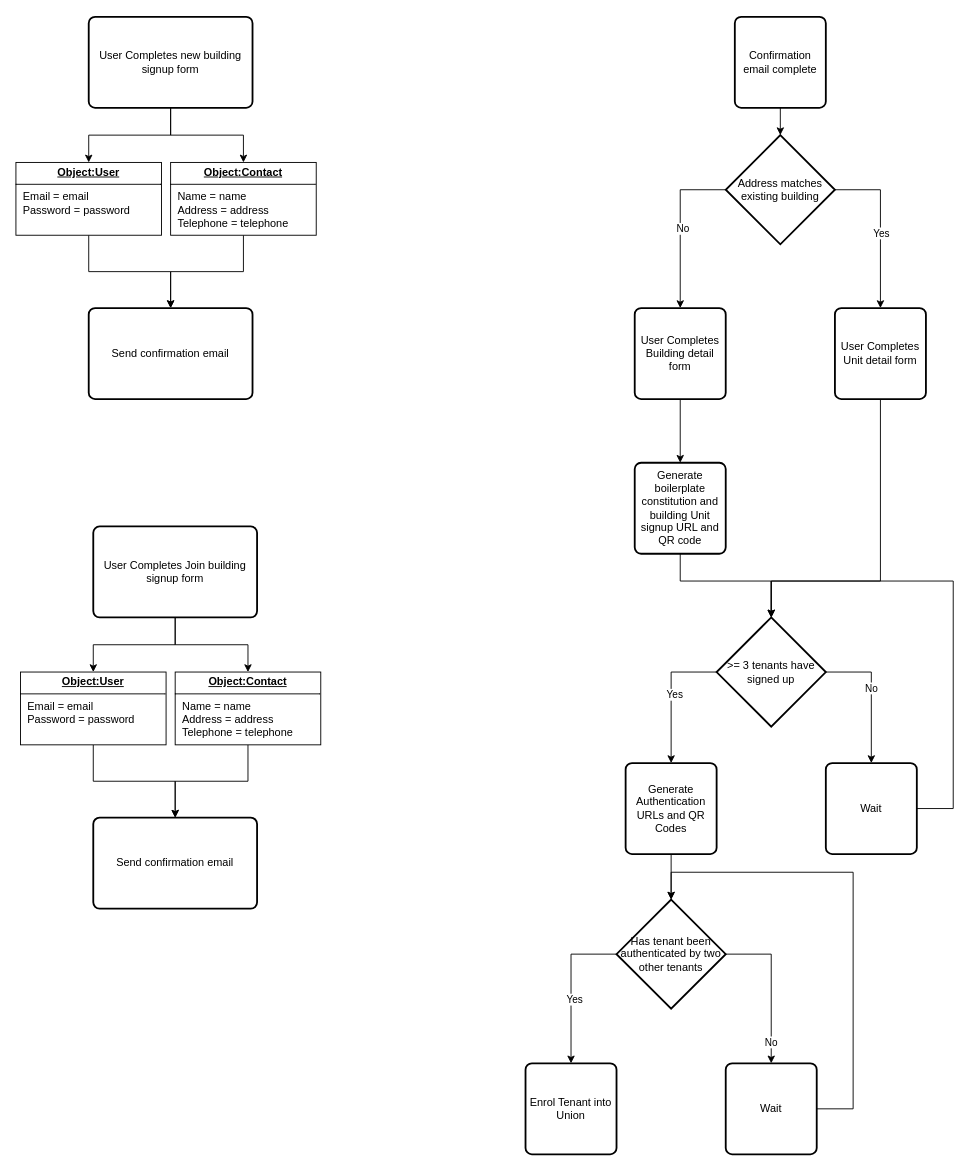
IslayAnderson/untitled-unionisation-platform keeps this draw.io diagram as docs/architecture/signup process.drawio. Above is the earlier version. Source tidied: cells renumbered, new cells numbered last; positions are measured from the earlier drawing's top-left corner, leaving out a move shared by most shapes. Both pictures are drawn from the tidied source at 91%, with x=0, y=0 at pixel (15, 16).
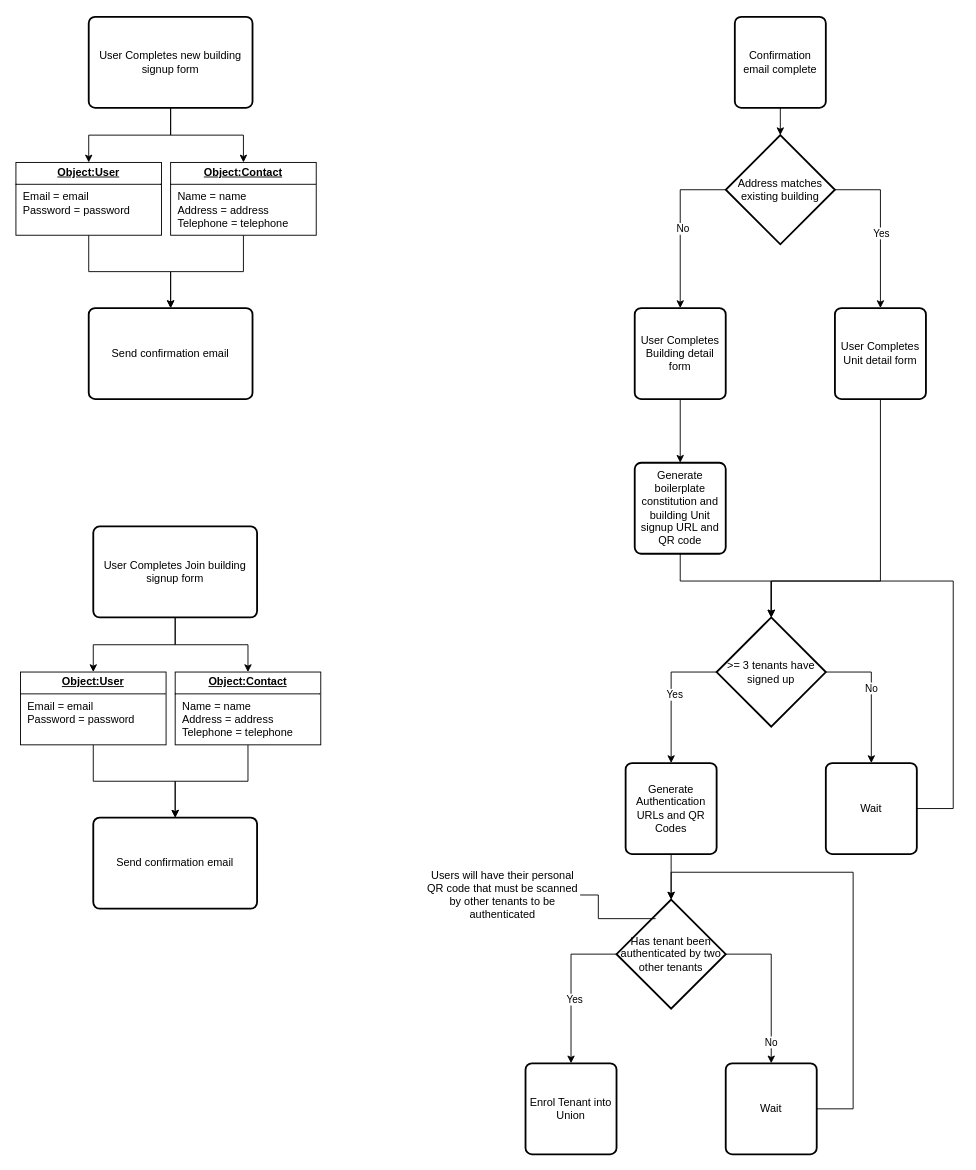
The same diagram, later.

Commit message:
add text explaining authentication

The change refers to these unchanged cells:
```xml
<mxCell id="32" value="Has tenant been authenticated by two other tenants" style="strokeWidth=2;html=1;shape=mxgraph.flowchart.decision;whiteSpace=wrap;" parent="1" vertex="1">
  <mxGeometry x="660" y="970" width="120" height="120" as="geometry" />
</mxCell>
```

Change to the diagram source:
```diff
@@
+    <mxCell id="47" style="edgeStyle=orthogonalEdgeStyle;rounded=0;jettySize=auto;html=1;defaultLabelBackgroundColor=page;endArrow=none;endFill=0;entryX=0.358;entryY=0.175;entryDx=0;entryDy=0;entryPerimeter=0;" parent="1" edge="1" source="48" target="32">
+      <mxGeometry x="-0.04" relative="1" as="geometry" />
+    </mxCell>
+    <mxCell id="48" value="Users will have their personal QR code that must be scanned by other tenants to be authenticated" style="text;html=1;whiteSpace=wrap;strokeColor=none;fillColor=none;align=center;verticalAlign=middle;rounded=0;" parent="1" vertex="1">
+      <mxGeometry x="450" y="950" width="170" height="30" as="geometry" />
+    </mxCell>
```
